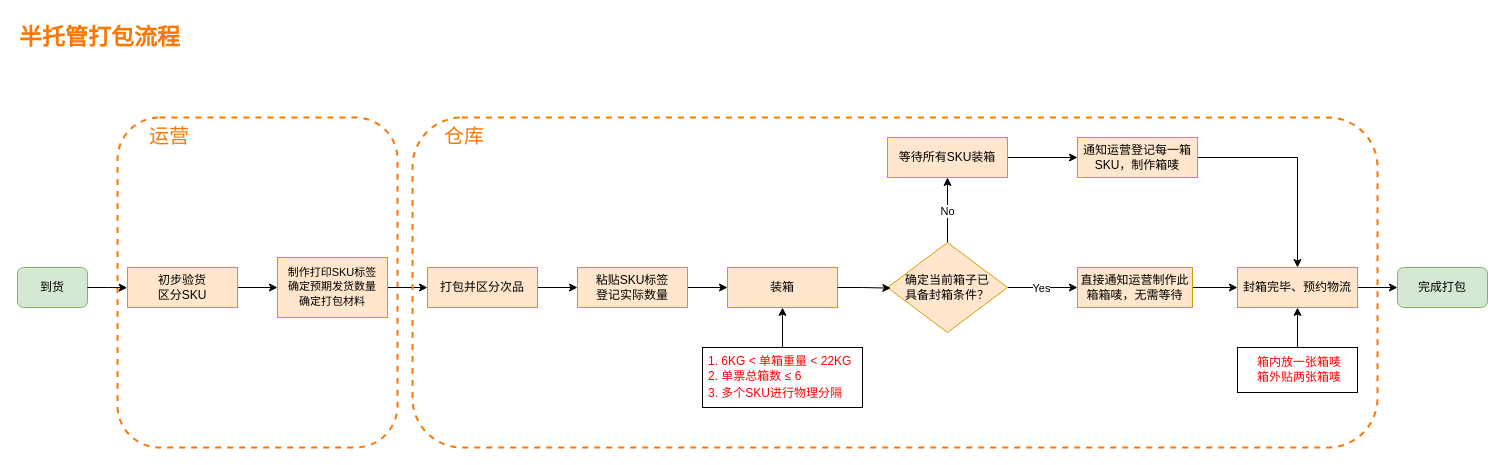
This is Semi-managed Packaging Process.drawio from Wu-JunHui/Drawings, a draw.io file, before an edit. Source tidied: cells renumbered, new cells numbered last; positions are measured from the earlier drawing's top-left corner, leaving out a move shared by most shapes. Both pictures are drawn from the tidied source at 100%, with x=0, y=0 at pixel (17, 17).
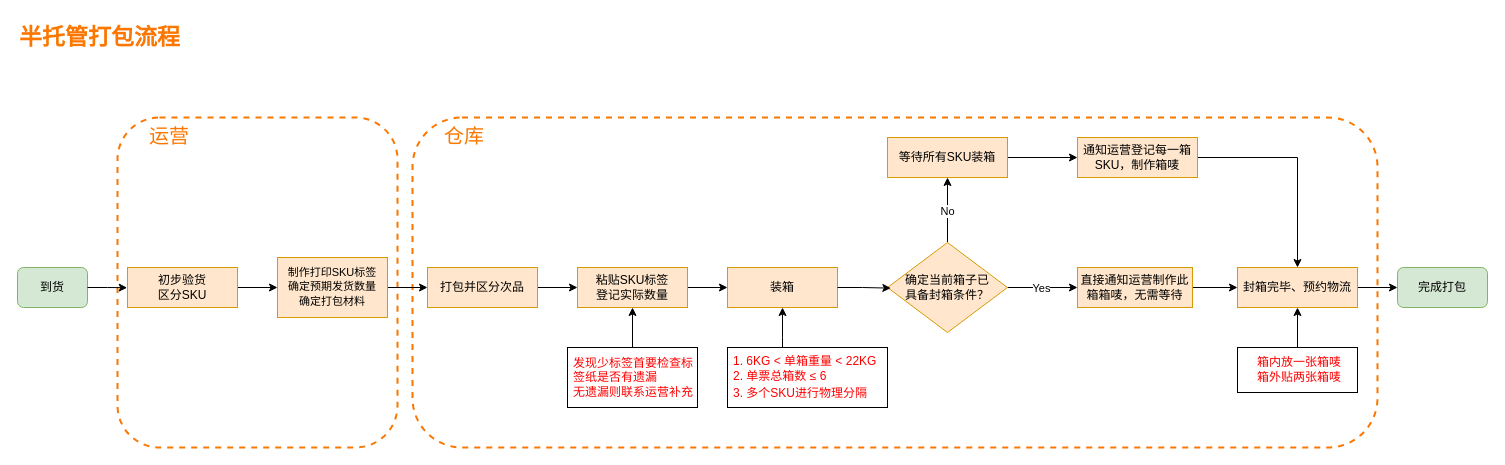
Above is the later version.

The change refers to these unchanged cells:
```xml
<mxCell id="12" value="粘贴SKU标签&lt;div&gt;登记实际数量&lt;/div&gt;" style="whiteSpace=wrap;html=1;rounded=0;fillColor=#ffe6cc;strokeColor=#d79b00;" parent="1" vertex="1">
  <mxGeometry x="560" y="250" width="110" height="40" as="geometry" />
</mxCell>
<mxCell id="13" value="装箱" style="whiteSpace=wrap;html=1;rounded=0;fillColor=#ffe6cc;strokeColor=#d79b00;" parent="1" vertex="1">
  <mxGeometry x="710" y="250" width="110" height="40" as="geometry" />
</mxCell>
```

Change to the diagram source:
```diff
@@
+    <mxCell id="34" value="仓库" style="rounded=1;whiteSpace=wrap;dashed=1;strokeColor=#fb7701;fillColor=none;strokeWidth=2;fontColor=#fb7701;fontSize=20;labelPosition=center;verticalLabelPosition=middle;align=left;verticalAlign=top;spacingLeft=30;" parent="1" vertex="1">
+      <mxGeometry x="395" y="100" width="965" height="330" as="geometry" />
+    </mxCell>
@@
     <mxCell id="15" style="edgeStyle=orthogonalEdgeStyle;rounded=0;jettySize=auto;html=1;" parent="1" edge="1" source="16" target="13">
-      <mxGeometry relative="1" as="geometry" />
+      <mxGeometry relative="1" as="geometry">
+        <Array as="points">
+          <mxPoint x="765" y="320" />
+          <mxPoint x="765" y="320" />
+        </Array>
+      </mxGeometry>
     </mxCell>
     <mxCell id="16" value="&lt;font style=&quot;font-size: 12px;&quot;&gt;1. 6KG &amp;lt; 单箱重量 &amp;lt; 22KG&lt;/font&gt;&lt;div style=&quot;line-height: 140%;&quot;&gt;&lt;font style=&quot;font-size: 12px;&quot;&gt;2. 单票总箱数&amp;nbsp;&lt;span style=&quot;background-color: rgb(255, 255, 255); white-space: pre-wrap;&quot;&gt;&lt;font face=&quot;Helvetica&quot;&gt;≤&lt;/font&gt;&lt;/span&gt;&lt;span style=&quot;background-color: rgb(255, 255, 255); font-family: -apple-system, BlinkMacSystemFont, &amp;quot;Segoe UI&amp;quot;, &amp;quot;Noto Sans&amp;quot;, Helvetica, Arial, sans-serif, &amp;quot;Apple Color Emoji&amp;quot;, &amp;quot;Segoe UI Emoji&amp;quot;; white-space: pre-wrap;&quot;&gt; &lt;/span&gt;&lt;span style=&quot;background-color: rgb(255, 255, 255); white-space: pre-wrap;&quot;&gt;&lt;font face=&quot;Helvetica&quot; style=&quot;font-size: 12px;&quot;&gt;6&lt;/font&gt;&lt;/span&gt;&lt;/font&gt;&lt;/div&gt;&lt;div style=&quot;line-height: 140%;&quot;&gt;&lt;font style=&quot;font-size: 12px;&quot;&gt;&lt;span style=&quot;background-color: rgb(255, 255, 255); white-space: pre-wrap;&quot;&gt;&lt;font face=&quot;Helvetica&quot; style=&quot;font-size: 12px;&quot;&gt;3. 多个SKU进行物理分隔&lt;/font&gt;&lt;/span&gt;&lt;/font&gt;&lt;/div&gt;" style="whiteSpace=wrap;html=1;align=left;spacingLeft=4;fontColor=#FF0000;" parent="1" vertex="1">
-      <mxGeometry x="685" y="330" width="160" height="60" as="geometry" />
+      <mxGeometry x="710" y="330" width="160" height="60" as="geometry" />
     </mxCell>
@@
-    <mxCell id="34" value="仓库" style="rounded=1;whiteSpace=wrap;dashed=1;strokeColor=#fb7701;fillColor=none;strokeWidth=2;fontColor=#fb7701;fontSize=20;labelPosition=center;verticalLabelPosition=middle;align=left;verticalAlign=top;spacingLeft=30;" parent="1" vertex="1">
-      <mxGeometry x="395" y="100" width="965" height="330" as="geometry" />
-    </mxCell>
+    <mxCell id="35" style="edgeStyle=orthogonalEdgeStyle;rounded=0;jettySize=auto;html=1;" parent="1" edge="1" source="36" target="12">
+      <mxGeometry relative="1" as="geometry" />
+    </mxCell>
+    <mxCell id="36" value="发现少标签首要检查标签纸是否有遗漏&lt;div&gt;无遗漏则联系运营补充&lt;/div&gt;" style="whiteSpace=wrap;html=1;align=left;spacingLeft=4;fontColor=#FF0000;" parent="1" vertex="1">
+      <mxGeometry x="550" y="330" width="130" height="60" as="geometry" />
+    </mxCell>
```
